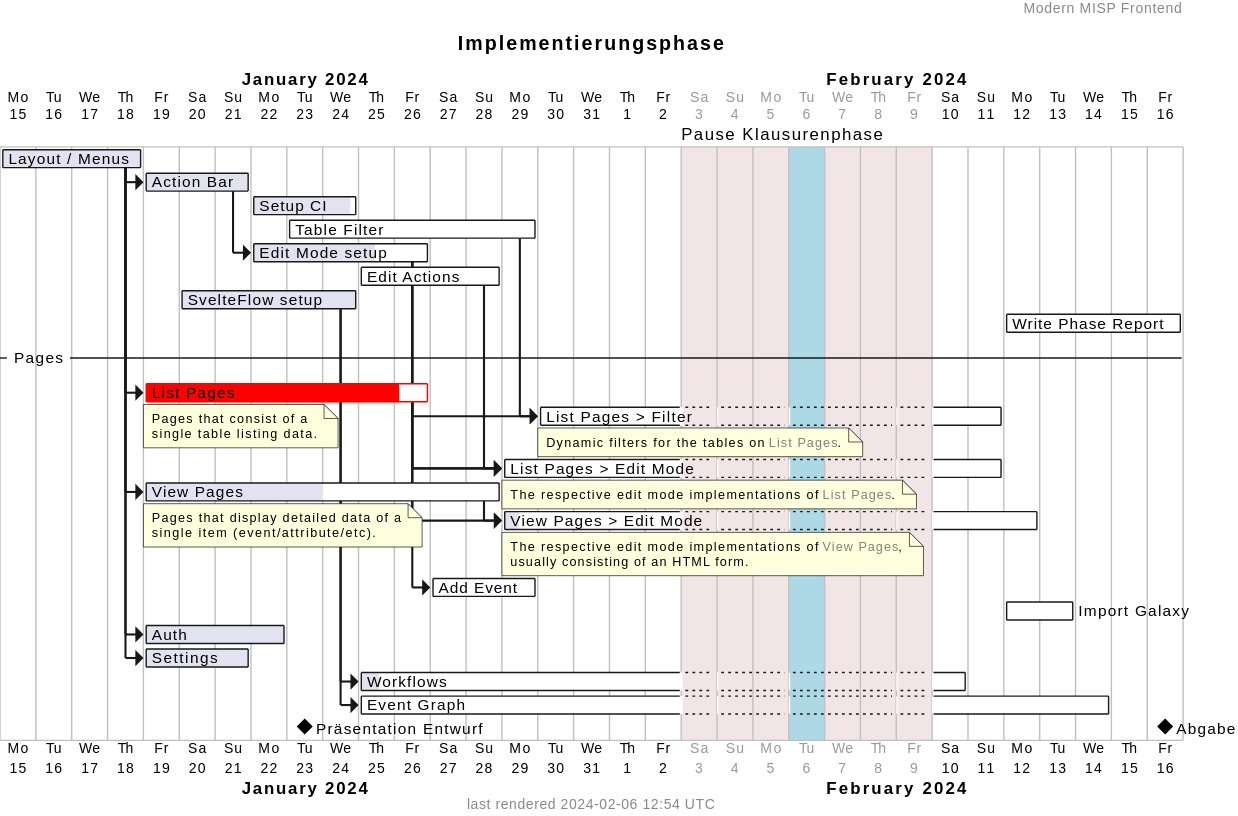
Modern-MISP/frontend keeps this PlantUML diagram as docs/ganttChart.svg. Above is the earlier version.
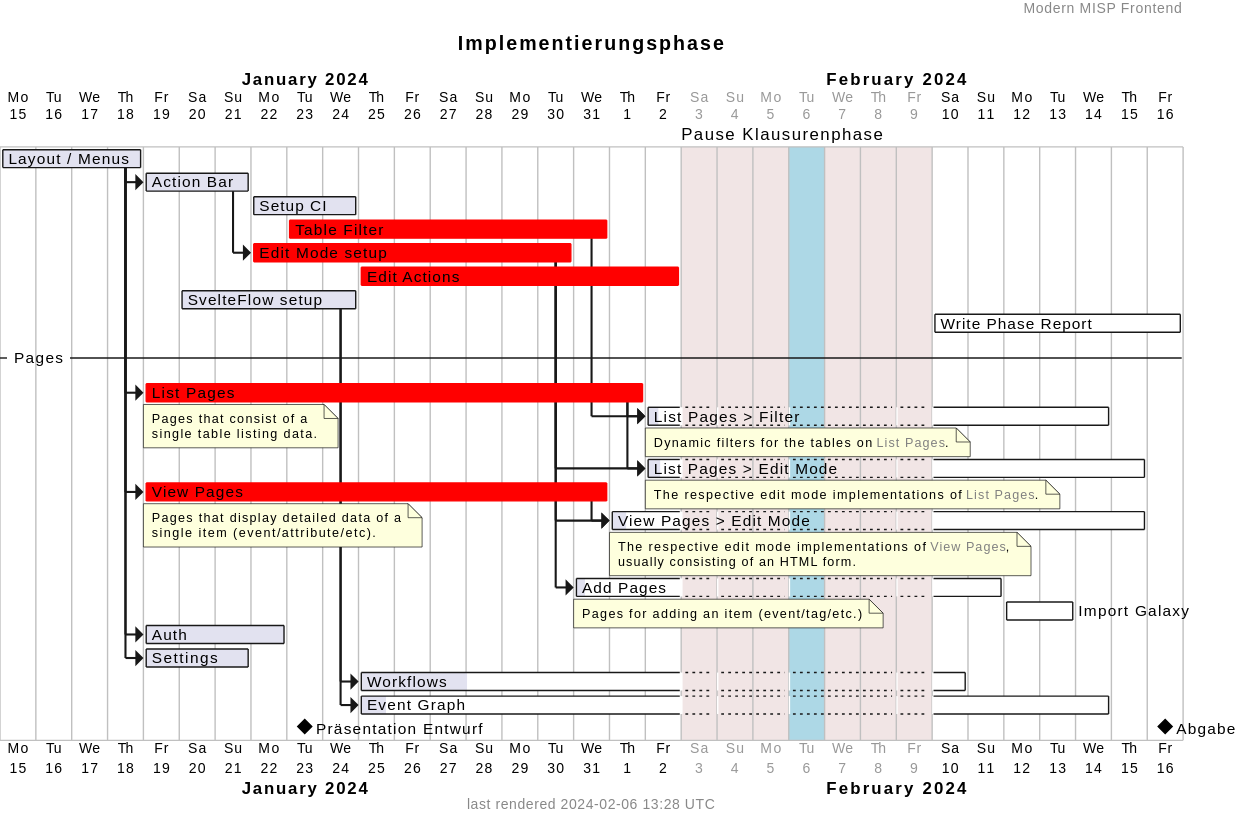
After the commit.

Commit message:
Auto-generated docs for 'Merge existing docs'

The edit, as a diff of the source:
```diff
@@ -9,27 +9,27 @@
 
 [Layout / Menus] requires 4 days
 [Action Bar] requires 3 days
-[Setup CI] requires 3 days and is 95% complete
-[Table Filter] requires 7 days and is 0% complete
-[Edit Mode setup] requires 5 days and is 70% complete
-[Edit Actions] requires 4 days and is 0% complete
+[Setup CI] requires 3 days and is 100% complete
+[Table Filter] requires 9 days and is 100% complete and is colored in red
+[Edit Mode setup] requires 9 days and is 100% complete and is colored in red
+[Edit Actions] requires 9 days and is 100% complete and is colored in red
 [SvelteFlow setup] requires 5 days and is 100% complete
-[Write Phase Report] requires 5 days and is 0% complete
+[Write Phase Report] requires 7 days and is 0% complete
 -- Pages --
-[List Pages] requires 8 days and is 90% complete and is colored in red
+[List Pages] requires 14 days and is 100% complete and is colored in red
 note bottom
     Pages that consist of a
     single table listing data.
 end note
-[List Pages > Filter] requires 6 days and is 0% complete
+[List Pages > Filter] requires 6 days and is 5% complete
 note bottom
     Dynamic filters for the tables on <color:gray>List Pages</color>.
 end note
-[List Pages > Edit Mode] requires 7 days and is 0% complete
+[List Pages > Edit Mode] requires 7 days and is 5% complete
 note bottom
     The respective edit mode implementations of <color:gray>List Pages</color>.
 end note
-[View Pages] requires 10 days and is 50% complete
+[View Pages] requires 13 days and is 100% complete and is colored in red
 note bottom
     Pages that display detailed data of a
     single item (event/attribute/etc).
@@ -39,12 +39,15 @@
     The respective edit mode implementations of <color:gray>View Pages</color>,
     usually consisting of an HTML form.
 end note
-[Add Event] requires 3 days and is 0% complete
+[Add Pages] requires 5 days and is 5% complete
+note bottom
+    Pages for adding an item (event/tag/etc.)
+end note
 [Import Galaxy] requires 2 days and is 0% complete
 [Auth] requires 4 days
 [Settings] requires 3 days
-[Workflows] requires 10 days and is 5% complete
-[Event Graph] requires 14 days and is 0% complete
+[Workflows] requires 10 days and is 30% complete
+[Event Graph] requires 14 days and is 5% complete
 
 Project starts 2024-01-15
 [Layout / Menus] starts at D+0
@@ -59,12 +62,12 @@
 [Edit Actions] starts 2024-01-25
 [SvelteFlow setup] ends 2024-01-24
 [Action Bar] -> [Edit Mode setup]
-[Edit Mode setup] -> [Add Event]
+[Edit Mode setup] -> [Add Pages]
 [Table Filter] -> [List Pages > Filter]
 [List Pages] -> [List Pages > Filter]
 [List Pages] -> [List Pages > Edit Mode]
 [Edit Mode setup] -> [List Pages > Edit Mode]
-[Edit Actions] -> [List Pages > Edit Mode]
+[List Pages > Edit Mode] starts 2024-02-02
 [Edit Mode setup] -> [View Pages > Edit Mode]
 [View Pages] -> [View Pages > Edit Mode]
 [SvelteFlow setup] -> [Workflows]
```
